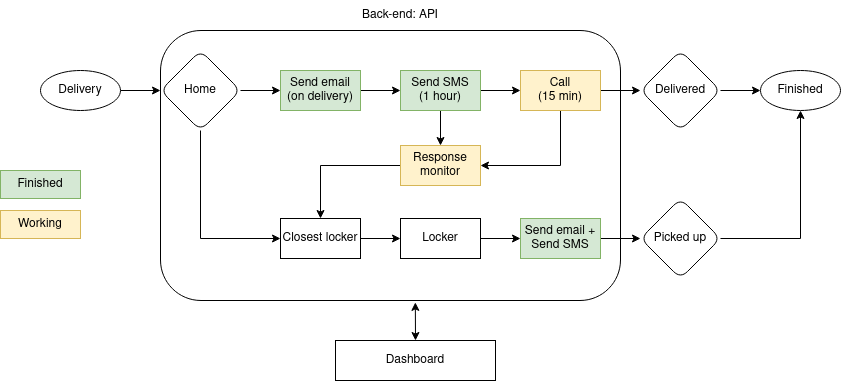
The draw.io diagram docs/projectStructure.png in tamagusko/ai-transatlantic-hackathon, before a commit. Source tidied: cells renumbered, new cells last; positions are measured from the earlier drawing's top-left corner, leaving out a move shared by most shapes.
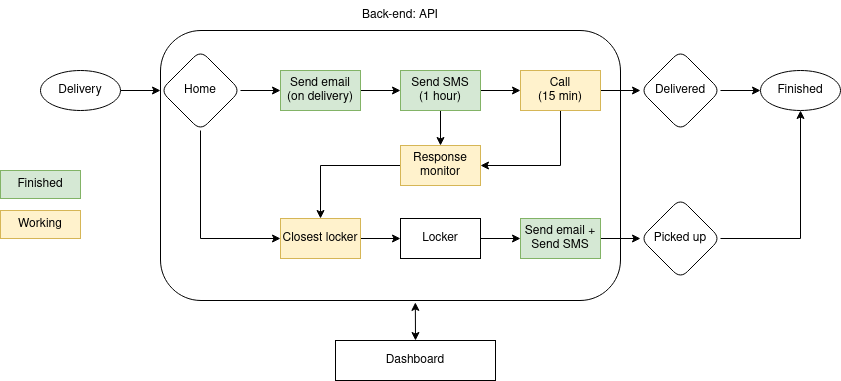
After the commit.

Diff of the diagram source:
```diff
@@ -69,7 +69,7 @@
     <mxCell id="22" style="edgeStyle=orthogonalEdgeStyle;rounded=0;jettySize=auto;html=1;exitX=1;exitY=0.5;exitDx=0;exitDy=0;entryX=0;entryY=0.5;entryDx=0;entryDy=0;" parent="1" edge="1" source="23" target="31">
       <mxGeometry relative="1" as="geometry" />
     </mxCell>
-    <mxCell id="23" value="Closest locker" style="rounded=0;whiteSpace=wrap;html=1;fillColor=default;strokeColor=#000000;" parent="1" vertex="1">
+    <mxCell id="23" value="Closest locker" style="rounded=0;whiteSpace=wrap;html=1;fillColor=#fff2cc;strokeColor=#d6b656;" parent="1" vertex="1">
       <mxGeometry x="280" y="218" width="80" height="40" as="geometry" />
     </mxCell>
     <mxCell id="24" style="edgeStyle=orthogonalEdgeStyle;rounded=0;jettySize=auto;html=1;entryX=0;entryY=0.5;entryDx=0;entryDy=0;exitX=1;exitY=0.5;exitDx=0;exitDy=0;" parent="1" edge="1" source="31" target="26">
```
